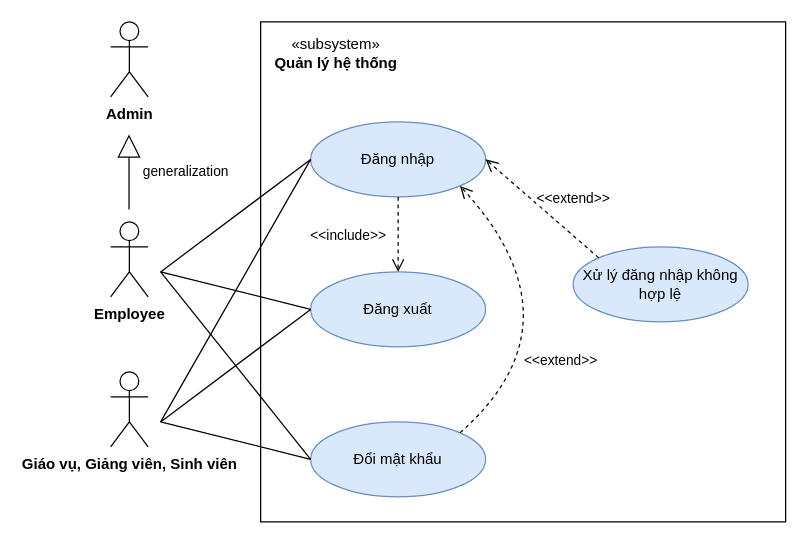
Above: page "Usecase ql_he_thong" (3 of 17) of doc/QuanLyDoAn.drawio in lampn0/quan_ly_do_an_20211 (draw.io), before the change. Source tidied: cells renumbered, new cells numbered last; positions are measured from the earlier drawing's top-left corner, leaving out a move shared by most shapes. Both pictures are drawn from the tidied source at 125%, with x=0, y=0 at pixel (110, 21).
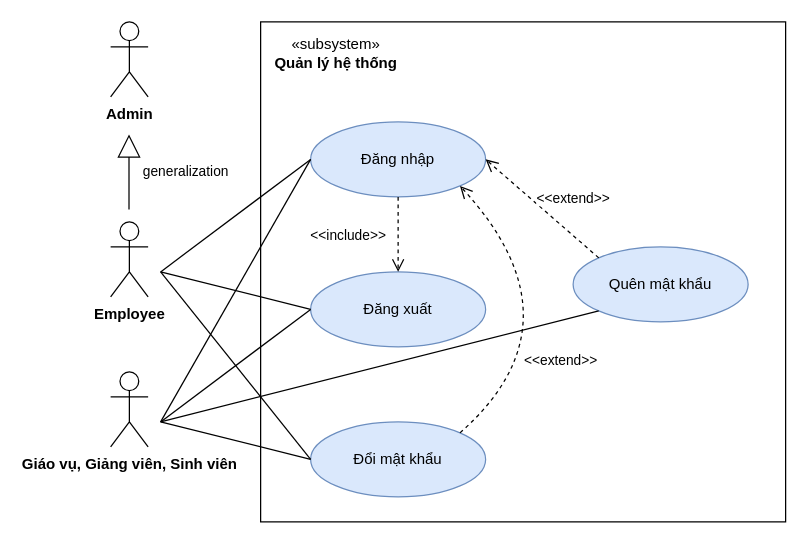
The same page after the edit.

What changed in the source:
```diff
@@
-    <mxCell id="7" value="Xử lý đăng nhập không hợp lệ" style="ellipse;whiteSpace=wrap;html=1;rounded=1;glass=0;align=center;fillColor=#dae8fc;strokeColor=#6c8ebf;" parent="1" vertex="1">
+    <mxCell id="7" value="Quên mật khẩu" style="ellipse;whiteSpace=wrap;html=1;rounded=1;glass=0;align=center;fillColor=#dae8fc;strokeColor=#6c8ebf;" parent="1" vertex="1">
       <mxGeometry x="370" y="180" width="140" height="60" as="geometry" />
     </mxCell>
@@
+    <mxCell id="21" style="endArrow=none;html=1;entryX=0;entryY=1;entryDx=0;entryDy=0;" parent="1" edge="1" target="7">
+      <mxGeometry relative="1" as="geometry">
+        <mxPoint x="40" y="320" as="sourcePoint" />
+      </mxGeometry>
+    </mxCell>
```
